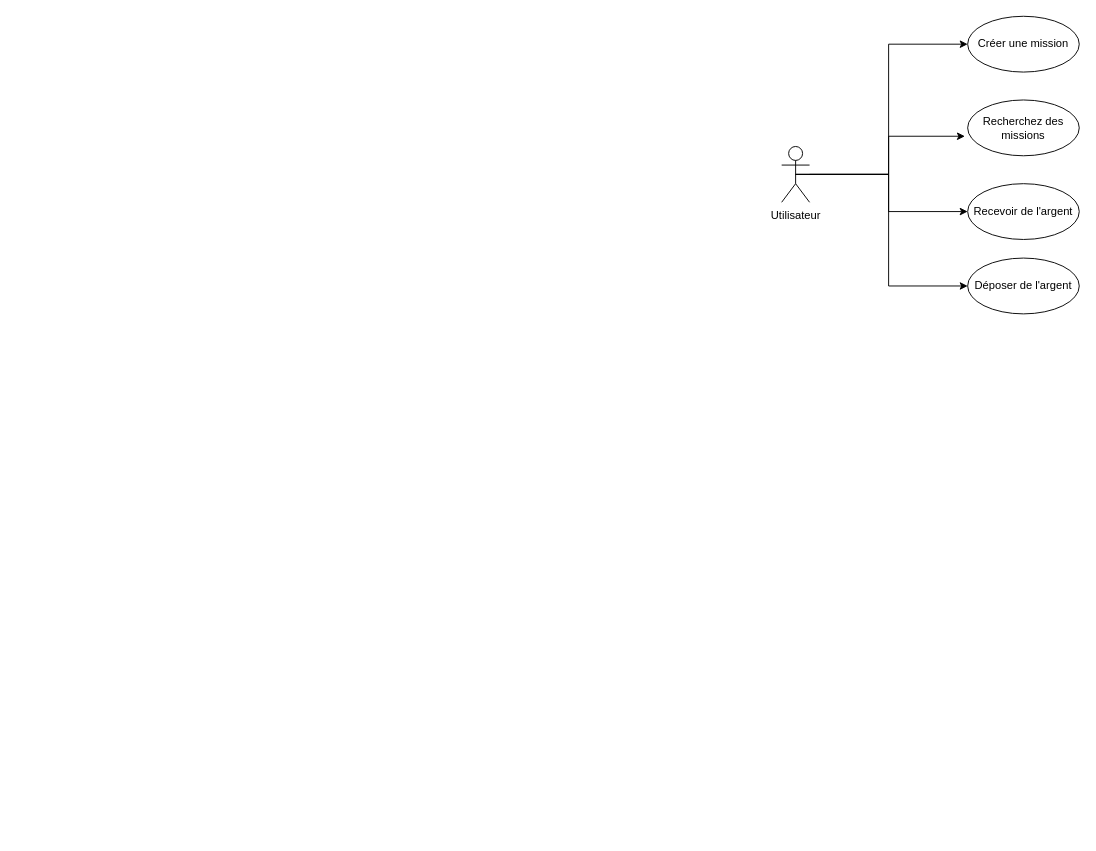
Above: delivquest-case usage.drawio in kbvac/Diagramme-UML (draw.io), before the change. Source tidied: cells renumbered, new cells numbered last; positions are measured from the earlier drawing's top-left corner, leaving out a move shared by most shapes. Both pictures are drawn from the tidied source at 93%, with x=0, y=0 at pixel (781, 16).
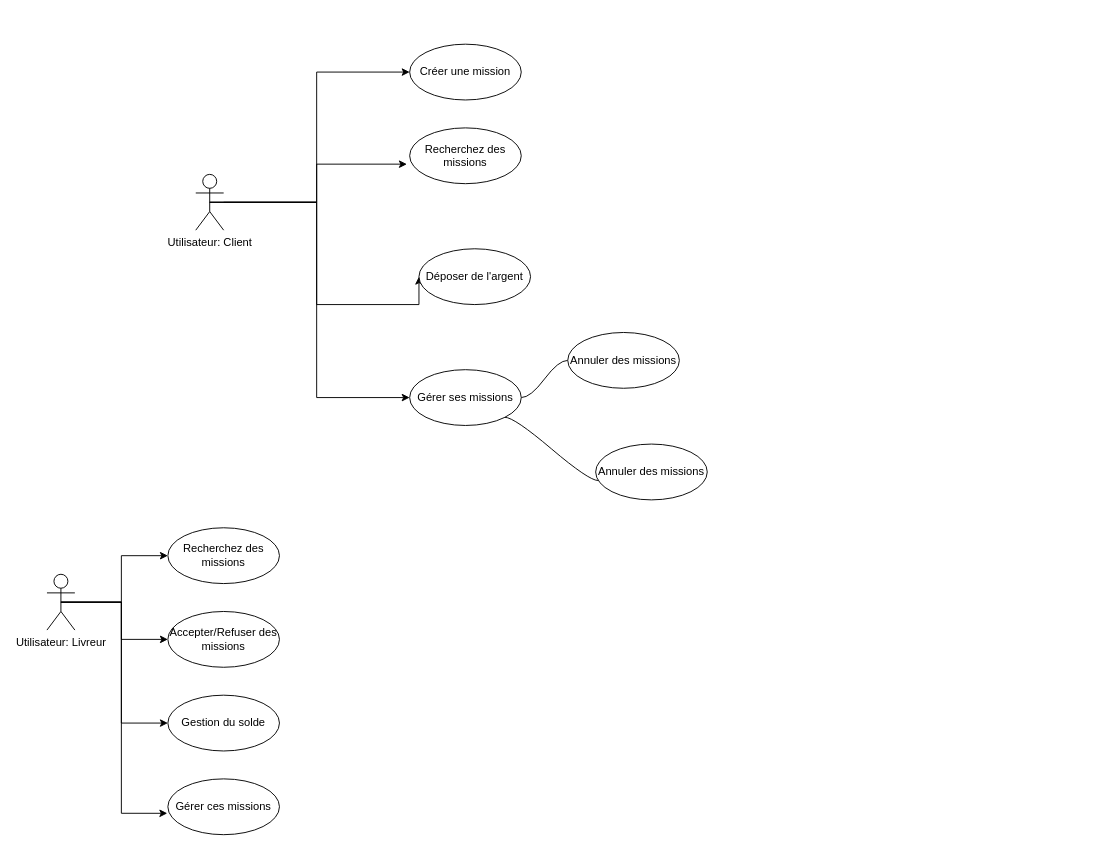
The same diagram, later.

Commit message (it also covers changes not shown here):
Mettre à jour delivquest-case usage.drawio

Change to the diagram source:
```diff
@@
-    <mxCell id="3" style="edgeStyle=orthogonalEdgeStyle;rounded=0;jettySize=auto;html=1;exitX=0.5;exitY=0.5;exitDx=0;exitDy=0;exitPerimeter=0;entryX=0;entryY=0.5;entryDx=0;entryDy=0;" parent="1" edge="1" source="5" target="9">
-      <mxGeometry relative="1" as="geometry" />
-    </mxCell>
     <mxCell id="4" style="edgeStyle=orthogonalEdgeStyle;rounded=0;jettySize=auto;html=1;exitX=0.5;exitY=0.5;exitDx=0;exitDy=0;exitPerimeter=0;entryX=0;entryY=0.5;entryDx=0;entryDy=0;" parent="1" edge="1" source="5" target="10">
-      <mxGeometry relative="1" as="geometry" />
+      <mxGeometry relative="1" as="geometry">
+        <Array as="points">
+          <mxPoint x="-500" y="200" />
+          <mxPoint x="-500" y="310" />
+        </Array>
+      </mxGeometry>
     </mxCell>
+    <mxCell id="11" style="edgeStyle=orthogonalEdgeStyle;rounded=0;jettySize=auto;html=1;exitX=0.5;exitY=0.5;exitDx=0;exitDy=0;exitPerimeter=0;entryX=0;entryY=0.5;entryDx=0;entryDy=0;" parent="1" edge="1" source="5" target="13">
+      <mxGeometry relative="1" as="geometry" />
+    </mxCell>
-    <mxCell id="5" value="Utilisateur" style="shape=umlActor;verticalLabelPosition=bottom;verticalAlign=top;html=1;" parent="1" vertex="1">
-      <mxGeometry y="140" width="30" height="60" as="geometry" />
+    <mxCell id="5" value="Utilisateur: Client" style="shape=umlActor;verticalLabelPosition=bottom;verticalAlign=top;html=1;" parent="1" vertex="1">
+      <mxGeometry x="-630" y="170" width="30" height="60" as="geometry" />
     </mxCell>
     <mxCell id="6" value="Créer une mission" style="ellipse;whiteSpace=wrap;html=1;align=center;newEdgeStyle={&quot;edgeStyle&quot;:&quot;entityRelationEdgeStyle&quot;,&quot;startArrow&quot;:&quot;none&quot;,&quot;endArrow&quot;:&quot;none&quot;,&quot;segment&quot;:10,&quot;curved&quot;:1,&quot;sourcePerimeterSpacing&quot;:0,&quot;targetPerimeterSpacing&quot;:0};" parent="1" vertex="1">
-      <mxGeometry x="200" width="120" height="60" as="geometry" />
+      <mxGeometry x="-400" y="30" width="120" height="60" as="geometry" />
     </mxCell>
     <mxCell id="7" value="Recherchez des missions" style="ellipse;whiteSpace=wrap;html=1;align=center;newEdgeStyle={&quot;edgeStyle&quot;:&quot;entityRelationEdgeStyle&quot;,&quot;startArrow&quot;:&quot;none&quot;,&quot;endArrow&quot;:&quot;none&quot;,&quot;segment&quot;:10,&quot;curved&quot;:1,&quot;sourcePerimeterSpacing&quot;:0,&quot;targetPerimeterSpacing&quot;:0};" parent="1" vertex="1">
-      <mxGeometry x="200" y="90" width="120" height="60" as="geometry" />
+      <mxGeometry x="-400" y="120" width="120" height="60" as="geometry" />
     </mxCell>
@@
-    <mxCell id="9" value="Recevoir de l'argent" style="ellipse;whiteSpace=wrap;html=1;align=center;newEdgeStyle={&quot;edgeStyle&quot;:&quot;entityRelationEdgeStyle&quot;,&quot;startArrow&quot;:&quot;none&quot;,&quot;endArrow&quot;:&quot;none&quot;,&quot;segment&quot;:10,&quot;curved&quot;:1,&quot;sourcePerimeterSpacing&quot;:0,&quot;targetPerimeterSpacing&quot;:0};" parent="1" vertex="1">
-      <mxGeometry x="200" y="180" width="120" height="60" as="geometry" />
-    </mxCell>
     <mxCell id="10" value="Déposer de l'argent" style="ellipse;whiteSpace=wrap;html=1;align=center;newEdgeStyle={&quot;edgeStyle&quot;:&quot;entityRelationEdgeStyle&quot;,&quot;startArrow&quot;:&quot;none&quot;,&quot;endArrow&quot;:&quot;none&quot;,&quot;segment&quot;:10,&quot;curved&quot;:1,&quot;sourcePerimeterSpacing&quot;:0,&quot;targetPerimeterSpacing&quot;:0};" parent="1" vertex="1">
-      <mxGeometry x="200" y="260" width="120" height="60" as="geometry" />
+      <mxGeometry x="-390" y="250" width="120" height="60" as="geometry" />
     </mxCell>
+    <mxCell id="12" style="edgeStyle=entityRelationEdgeStyle;rounded=0;jettySize=auto;html=1;startArrow=none;endArrow=none;segment=10;curved=1;sourcePerimeterSpacing=0;targetPerimeterSpacing=0;" parent="1" edge="1" source="13" target="14">
+      <mxGeometry relative="1" as="geometry" />
+    </mxCell>
+    <mxCell id="13" value="Gérer ses missions" style="ellipse;whiteSpace=wrap;html=1;align=center;newEdgeStyle={&quot;edgeStyle&quot;:&quot;entityRelationEdgeStyle&quot;,&quot;startArrow&quot;:&quot;none&quot;,&quot;endArrow&quot;:&quot;none&quot;,&quot;segment&quot;:10,&quot;curved&quot;:1,&quot;sourcePerimeterSpacing&quot;:0,&quot;targetPerimeterSpacing&quot;:0};" parent="1" vertex="1">
+      <mxGeometry x="-400" y="380" width="120" height="60" as="geometry" />
+    </mxCell>
+    <mxCell id="14" value="Annuler des missions" style="ellipse;whiteSpace=wrap;html=1;align=center;newEdgeStyle={&quot;edgeStyle&quot;:&quot;entityRelationEdgeStyle&quot;,&quot;startArrow&quot;:&quot;none&quot;,&quot;endArrow&quot;:&quot;none&quot;,&quot;segment&quot;:10,&quot;curved&quot;:1,&quot;sourcePerimeterSpacing&quot;:0,&quot;targetPerimeterSpacing&quot;:0};" parent="1" vertex="1">
+      <mxGeometry x="-230" y="340" width="120" height="60" as="geometry" />
+    </mxCell>
+    <mxCell id="15" value="Annuler des missions" style="ellipse;whiteSpace=wrap;html=1;align=center;newEdgeStyle={&quot;edgeStyle&quot;:&quot;entityRelationEdgeStyle&quot;,&quot;startArrow&quot;:&quot;none&quot;,&quot;endArrow&quot;:&quot;none&quot;,&quot;segment&quot;:10,&quot;curved&quot;:1,&quot;sourcePerimeterSpacing&quot;:0,&quot;targetPerimeterSpacing&quot;:0};" parent="1" vertex="1">
+      <mxGeometry x="-200" y="460" width="120" height="60" as="geometry" />
+    </mxCell>
+    <mxCell id="16" style="edgeStyle=entityRelationEdgeStyle;rounded=0;jettySize=auto;html=1;startArrow=none;endArrow=none;segment=10;curved=1;sourcePerimeterSpacing=0;targetPerimeterSpacing=0;exitX=1;exitY=1;exitDx=0;exitDy=0;entryX=0.022;entryY=0.653;entryDx=0;entryDy=0;entryPerimeter=0;" parent="1" edge="1" source="13" target="15">
+      <mxGeometry relative="1" as="geometry" />
+    </mxCell>
+    <mxCell id="17" style="edgeStyle=orthogonalEdgeStyle;rounded=0;jettySize=auto;html=1;exitX=0.5;exitY=0.5;exitDx=0;exitDy=0;exitPerimeter=0;" parent="1" edge="1" source="20" target="21">
+      <mxGeometry relative="1" as="geometry" />
+    </mxCell>
+    <mxCell id="18" style="edgeStyle=orthogonalEdgeStyle;rounded=0;jettySize=auto;html=1;exitX=0.5;exitY=0.5;exitDx=0;exitDy=0;exitPerimeter=0;entryX=0;entryY=0.5;entryDx=0;entryDy=0;" parent="1" edge="1" source="20" target="22">
+      <mxGeometry relative="1" as="geometry" />
+    </mxCell>
+    <mxCell id="19" style="edgeStyle=orthogonalEdgeStyle;rounded=0;jettySize=auto;html=1;exitX=0.5;exitY=0.5;exitDx=0;exitDy=0;exitPerimeter=0;entryX=0;entryY=0.5;entryDx=0;entryDy=0;" parent="1" edge="1" source="20" target="23">
+      <mxGeometry relative="1" as="geometry" />
+    </mxCell>
+    <mxCell id="20" value="Utilisateur: Livreur" style="shape=umlActor;verticalLabelPosition=bottom;verticalAlign=top;html=1;" parent="1" vertex="1">
+      <mxGeometry x="-790" y="600" width="30" height="60" as="geometry" />
+    </mxCell>
+    <mxCell id="21" value="Recherchez des missions" style="ellipse;whiteSpace=wrap;html=1;align=center;newEdgeStyle={&quot;edgeStyle&quot;:&quot;entityRelationEdgeStyle&quot;,&quot;startArrow&quot;:&quot;none&quot;,&quot;endArrow&quot;:&quot;none&quot;,&quot;segment&quot;:10,&quot;curved&quot;:1,&quot;sourcePerimeterSpacing&quot;:0,&quot;targetPerimeterSpacing&quot;:0};" parent="1" vertex="1">
+      <mxGeometry x="-660" y="550" width="120" height="60" as="geometry" />
+    </mxCell>
+    <mxCell id="22" value="&lt;div style=&quot;text-align: start;&quot;&gt;Gestion du solde&lt;/div&gt;" style="ellipse;whiteSpace=wrap;html=1;align=center;newEdgeStyle={&quot;edgeStyle&quot;:&quot;entityRelationEdgeStyle&quot;,&quot;startArrow&quot;:&quot;none&quot;,&quot;endArrow&quot;:&quot;none&quot;,&quot;segment&quot;:10,&quot;curved&quot;:1,&quot;sourcePerimeterSpacing&quot;:0,&quot;targetPerimeterSpacing&quot;:0};" parent="1" vertex="1">
+      <mxGeometry x="-660" y="730" width="120" height="60" as="geometry" />
+    </mxCell>
+    <mxCell id="23" value="Accepter/Refuser des missions" style="ellipse;whiteSpace=wrap;html=1;align=center;newEdgeStyle={&quot;edgeStyle&quot;:&quot;entityRelationEdgeStyle&quot;,&quot;startArrow&quot;:&quot;none&quot;,&quot;endArrow&quot;:&quot;none&quot;,&quot;segment&quot;:10,&quot;curved&quot;:1,&quot;sourcePerimeterSpacing&quot;:0,&quot;targetPerimeterSpacing&quot;:0};" parent="1" vertex="1">
+      <mxGeometry x="-660" y="640" width="120" height="60" as="geometry" />
+    </mxCell>
+    <mxCell id="24" value="Gérer ces missions" style="ellipse;whiteSpace=wrap;html=1;align=center;newEdgeStyle={&quot;edgeStyle&quot;:&quot;entityRelationEdgeStyle&quot;,&quot;startArrow&quot;:&quot;none&quot;,&quot;endArrow&quot;:&quot;none&quot;,&quot;segment&quot;:10,&quot;curved&quot;:1,&quot;sourcePerimeterSpacing&quot;:0,&quot;targetPerimeterSpacing&quot;:0};" parent="1" vertex="1">
+      <mxGeometry x="-660" y="820" width="120" height="60" as="geometry" />
+    </mxCell>
+    <mxCell id="25" style="edgeStyle=orthogonalEdgeStyle;rounded=0;jettySize=auto;html=1;exitX=0.5;exitY=0.5;exitDx=0;exitDy=0;exitPerimeter=0;entryX=-0.005;entryY=0.617;entryDx=0;entryDy=0;entryPerimeter=0;" parent="1" edge="1" source="20" target="24">
+      <mxGeometry relative="1" as="geometry" />
+    </mxCell>
```
